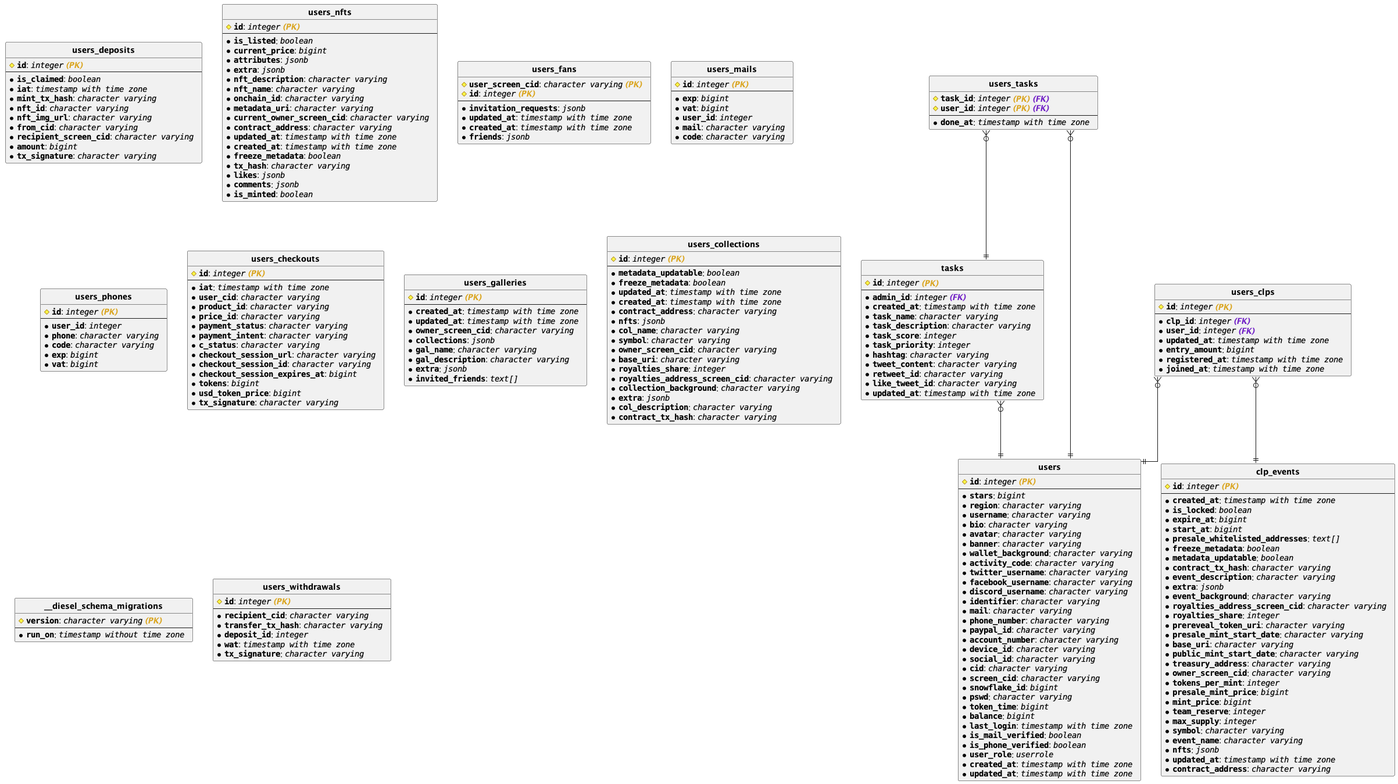
This is infra/panel.png from wildonion/gem, a PlantUML export, as it was before one commit.
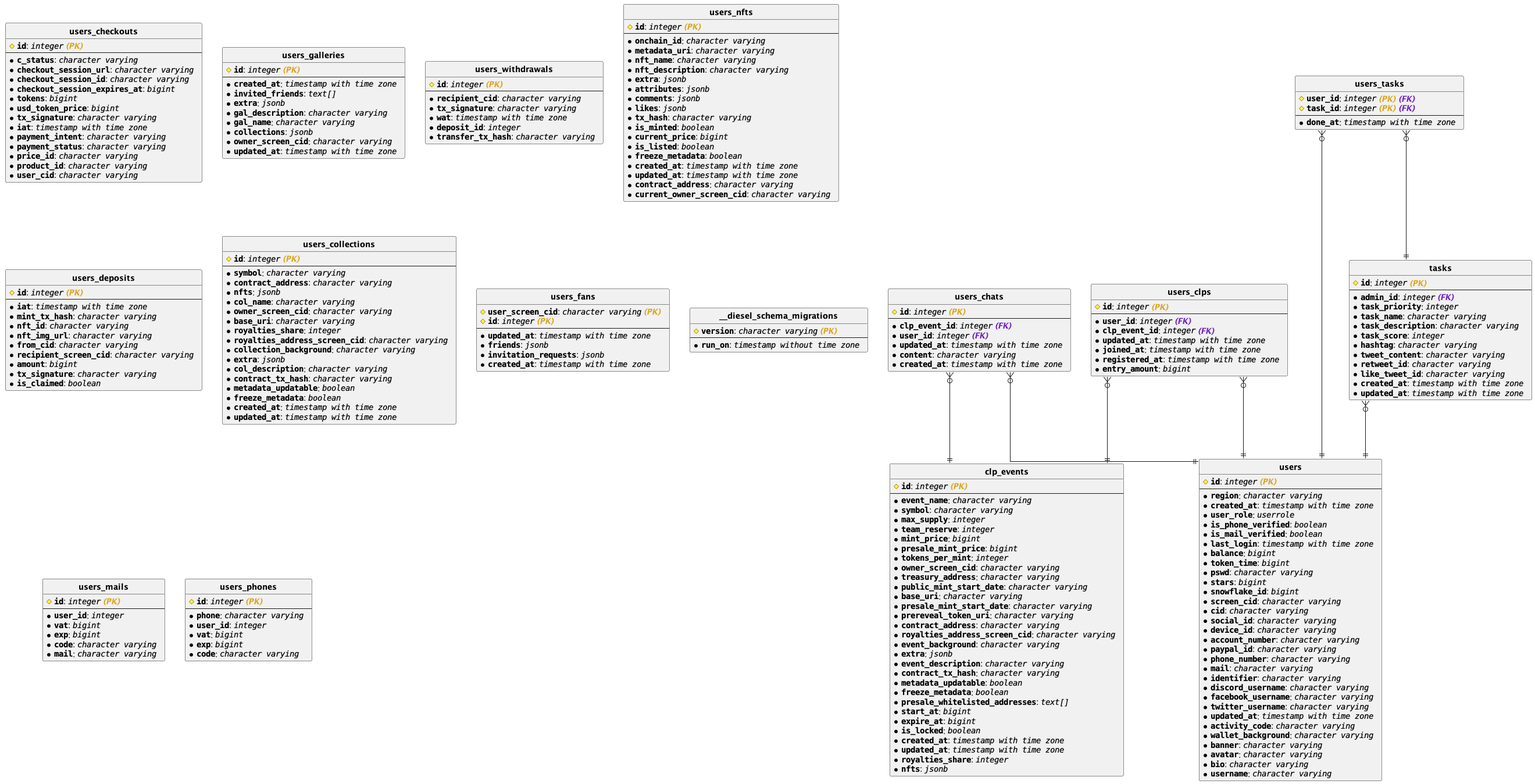
After the commit.

What changed in the source:
```diff
@@ -3,10 +3,158 @@
 hide circle
 skinparam linetype ortho
 
+entity "**users_checkouts**" {
+# <b>""id""</b>: //""integer"" <b><color:goldenrod>(PK) </color></b> //
+---
+* <b>""c_status""</b>: //""character varying""  //
+* <b>""checkout_session_url""</b>: //""character varying""  //
+* <b>""checkout_session_id""</b>: //""character varying""  //
+* <b>""checkout_session_expires_at""</b>: //""bigint""  //
+* <b>""tokens""</b>: //""bigint""  //
+* <b>""usd_token_price""</b>: //""bigint""  //
+* <b>""tx_signature""</b>: //""character varying""  //
+* <b>""iat""</b>: //""timestamp with time zone""  //
+* <b>""payment_intent""</b>: //""character varying""  //
+* <b>""payment_status""</b>: //""character varying""  //
+* <b>""price_id""</b>: //""character varying""  //
+* <b>""product_id""</b>: //""character varying""  //
+* <b>""user_cid""</b>: //""character varying""  //
+}
+
+entity "**users_galleries**" {
+# <b>""id""</b>: //""integer"" <b><color:goldenrod>(PK) </color></b> //
+---
+* <b>""created_at""</b>: //""timestamp with time zone""  //
+* <b>""invited_friends""</b>: //""text[]""  //
+* <b>""extra""</b>: //""jsonb""  //
+* <b>""gal_description""</b>: //""character varying""  //
+* <b>""gal_name""</b>: //""character varying""  //
+* <b>""collections""</b>: //""jsonb""  //
+* <b>""owner_screen_cid""</b>: //""character varying""  //
+* <b>""updated_at""</b>: //""timestamp with time zone""  //
+}
+
+entity "**users_chats**" {
+# <b>""id""</b>: //""integer"" <b><color:goldenrod>(PK) </color></b> //
+---
+* <b>""clp_event_id""</b>: //""integer"" <b><color:701fc6>(FK) </color></b> //
+* <b>""user_id""</b>: //""integer"" <b><color:701fc6>(FK) </color></b> //
+* <b>""updated_at""</b>: //""timestamp with time zone""  //
+* <b>""content""</b>: //""character varying""  //
+* <b>""created_at""</b>: //""timestamp with time zone""  //
+}
+
+entity "**clp_events**" {
+# <b>""id""</b>: //""integer"" <b><color:goldenrod>(PK) </color></b> //
+---
+* <b>""event_name""</b>: //""character varying""  //
+* <b>""symbol""</b>: //""character varying""  //
+* <b>""max_supply""</b>: //""integer""  //
+* <b>""team_reserve""</b>: //""integer""  //
+* <b>""mint_price""</b>: //""bigint""  //
+* <b>""presale_mint_price""</b>: //""bigint""  //
+* <b>""tokens_per_mint""</b>: //""integer""  //
+* <b>""owner_screen_cid""</b>: //""character varying""  //
+* <b>""treasury_address""</b>: //""character varying""  //
+* <b>""public_mint_start_date""</b>: //""character varying""  //
+* <b>""base_uri""</b>: //""character varying""  //
+* <b>""presale_mint_start_date""</b>: //""character varying""  //
+* <b>""prereveal_token_uri""</b>: //""character varying""  //
+* <b>""contract_address""</b>: //""character varying""  //
+* <b>""royalties_address_screen_cid""</b>: //""character varying""  //
+* <b>""event_background""</b>: //""character varying""  //
+* <b>""extra""</b>: //""jsonb""  //
+* <b>""event_description""</b>: //""character varying""  //
+* <b>""contract_tx_hash""</b>: //""character varying""  //
+* <b>""metadata_updatable""</b>: //""boolean""  //
+* <b>""freeze_metadata""</b>: //""boolean""  //
+* <b>""presale_whitelisted_addresses""</b>: //""text[]""  //
+* <b>""start_at""</b>: //""bigint""  //
+* <b>""expire_at""</b>: //""bigint""  //
+* <b>""is_locked""</b>: //""boolean""  //
+* <b>""created_at""</b>: //""timestamp with time zone""  //
+* <b>""updated_at""</b>: //""timestamp with time zone""  //
+* <b>""royalties_share""</b>: //""integer""  //
+* <b>""nfts""</b>: //""jsonb""  //
+}
+
+entity "**users**" {
+# <b>""id""</b>: //""integer"" <b><color:goldenrod>(PK) </color></b> //
+---
+* <b>""region""</b>: //""character varying""  //
+* <b>""created_at""</b>: //""timestamp with time zone""  //
+* <b>""user_role""</b>: //""userrole""  //
+* <b>""is_phone_verified""</b>: //""boolean""  //
+* <b>""is_mail_verified""</b>: //""boolean""  //
+* <b>""last_login""</b>: //""timestamp with time zone""  //
+* <b>""balance""</b>: //""bigint""  //
+* <b>""token_time""</b>: //""bigint""  //
+* <b>""pswd""</b>: //""character varying""  //
+* <b>""stars""</b>: //""bigint""  //
+* <b>""snowflake_id""</b>: //""bigint""  //
+* <b>""screen_cid""</b>: //""character varying""  //
+* <b>""cid""</b>: //""character varying""  //
+* <b>""social_id""</b>: //""character varying""  //
+* <b>""device_id""</b>: //""character varying""  //
+* <b>""account_number""</b>: //""character varying""  //
+* <b>""paypal_id""</b>: //""character varying""  //
+* <b>""phone_number""</b>: //""character varying""  //
+* <b>""mail""</b>: //""character varying""  //
+* <b>""identifier""</b>: //""character varying""  //
+* <b>""discord_username""</b>: //""character varying""  //
+* <b>""facebook_username""</b>: //""character varying""  //
+* <b>""twitter_username""</b>: //""character varying""  //
+* <b>""updated_at""</b>: //""timestamp with time zone""  //
+* <b>""activity_code""</b>: //""character varying""  //
+* <b>""wallet_background""</b>: //""character varying""  //
+* <b>""banner""</b>: //""character varying""  //
+* <b>""avatar""</b>: //""character varying""  //
+* <b>""bio""</b>: //""character varying""  //
+* <b>""username""</b>: //""character varying""  //
+}
+
+entity "**users_withdrawals**" {
+# <b>""id""</b>: //""integer"" <b><color:goldenrod>(PK) </color></b> //
+---
+* <b>""recipient_cid""</b>: //""character varying""  //
+* <b>""tx_signature""</b>: //""character varying""  //
+* <b>""wat""</b>: //""timestamp with time zone""  //
+* <b>""deposit_id""</b>: //""integer""  //
+* <b>""transfer_tx_hash""</b>: //""character varying""  //
+}
+
+entity "**users_tasks**" {
+# <b>""user_id""</b>: //""integer"" <b><color:goldenrod>(PK) </color></b><b><color:701fc6>(FK) </color></b> //
+# <b>""task_id""</b>: //""integer"" <b><color:goldenrod>(PK) </color></b><b><color:701fc6>(FK) </color></b> //
+---
+* <b>""done_at""</b>: //""timestamp with time zone""  //
+}
+
+entity "**users_nfts**" {
+# <b>""id""</b>: //""integer"" <b><color:goldenrod>(PK) </color></b> //
+---
+* <b>""onchain_id""</b>: //""character varying""  //
+* <b>""metadata_uri""</b>: //""character varying""  //
+* <b>""nft_name""</b>: //""character varying""  //
+* <b>""nft_description""</b>: //""character varying""  //
+* <b>""extra""</b>: //""jsonb""  //
+* <b>""attributes""</b>: //""jsonb""  //
+* <b>""comments""</b>: //""jsonb""  //
+* <b>""likes""</b>: //""jsonb""  //
+* <b>""tx_hash""</b>: //""character varying""  //
+* <b>""is_minted""</b>: //""boolean""  //
+* <b>""current_price""</b>: //""bigint""  //
+* <b>""is_listed""</b>: //""boolean""  //
+* <b>""freeze_metadata""</b>: //""boolean""  //
+* <b>""created_at""</b>: //""timestamp with time zone""  //
+* <b>""updated_at""</b>: //""timestamp with time zone""  //
+* <b>""contract_address""</b>: //""character varying""  //
+* <b>""current_owner_screen_cid""</b>: //""character varying""  //
+}
+
 entity "**users_deposits**" {
 # <b>""id""</b>: //""integer"" <b><color:goldenrod>(PK) </color></b> //
 ---
-* <b>""is_claimed""</b>: //""boolean""  //
 * <b>""iat""</b>: //""timestamp with time zone""  //
 * <b>""mint_tx_hash""</b>: //""character varying""  //
 * <b>""nft_id""</b>: //""character varying""  //
@@ -15,159 +163,16 @@
 * <b>""recipient_screen_cid""</b>: //""character varying""  //
 * <b>""amount""</b>: //""bigint""  //
 * <b>""tx_signature""</b>: //""character varying""  //
-}
-
-entity "**users_nfts**" {
-# <b>""id""</b>: //""integer"" <b><color:goldenrod>(PK) </color></b> //
----
-* <b>""is_listed""</b>: //""boolean""  //
-* <b>""current_price""</b>: //""bigint""  //
-* <b>""attributes""</b>: //""jsonb""  //
-* <b>""extra""</b>: //""jsonb""  //
-* <b>""nft_description""</b>: //""character varying""  //
-* <b>""nft_name""</b>: //""character varying""  //
-* <b>""onchain_id""</b>: //""character varying""  //
-* <b>""metadata_uri""</b>: //""character varying""  //
-* <b>""current_owner_screen_cid""</b>: //""character varying""  //
-* <b>""contract_address""</b>: //""character varying""  //
-* <b>""updated_at""</b>: //""timestamp with time zone""  //
-* <b>""created_at""</b>: //""timestamp with time zone""  //
-* <b>""freeze_metadata""</b>: //""boolean""  //
-* <b>""tx_hash""</b>: //""character varying""  //
-* <b>""likes""</b>: //""jsonb""  //
-* <b>""comments""</b>: //""jsonb""  //
-* <b>""is_minted""</b>: //""boolean""  //
-}
-
-entity "**users_fans**" {
-# <b>""user_screen_cid""</b>: //""character varying"" <b><color:goldenrod>(PK) </color></b> //
-# <b>""id""</b>: //""integer"" <b><color:goldenrod>(PK) </color></b> //
----
-* <b>""invitation_requests""</b>: //""jsonb""  //
-* <b>""updated_at""</b>: //""timestamp with time zone""  //
-* <b>""created_at""</b>: //""timestamp with time zone""  //
-* <b>""friends""</b>: //""jsonb""  //
-}
-
-entity "**users_mails**" {
-# <b>""id""</b>: //""integer"" <b><color:goldenrod>(PK) </color></b> //
----
-* <b>""exp""</b>: //""bigint""  //
-* <b>""vat""</b>: //""bigint""  //
-* <b>""user_id""</b>: //""integer""  //
-* <b>""mail""</b>: //""character varying""  //
-* <b>""code""</b>: //""character varying""  //
-}
-
-entity "**users_phones**" {
-# <b>""id""</b>: //""integer"" <b><color:goldenrod>(PK) </color></b> //
----
-* <b>""user_id""</b>: //""integer""  //
-* <b>""phone""</b>: //""character varying""  //
-* <b>""code""</b>: //""character varying""  //
-* <b>""exp""</b>: //""bigint""  //
-* <b>""vat""</b>: //""bigint""  //
-}
-
-entity "**users_checkouts**" {
-# <b>""id""</b>: //""integer"" <b><color:goldenrod>(PK) </color></b> //
----
-* <b>""iat""</b>: //""timestamp with time zone""  //
-* <b>""user_cid""</b>: //""character varying""  //
-* <b>""product_id""</b>: //""character varying""  //
-* <b>""price_id""</b>: //""character varying""  //
-* <b>""payment_status""</b>: //""character varying""  //
-* <b>""payment_intent""</b>: //""character varying""  //
-* <b>""c_status""</b>: //""character varying""  //
-* <b>""checkout_session_url""</b>: //""character varying""  //
-* <b>""checkout_session_id""</b>: //""character varying""  //
-* <b>""checkout_session_expires_at""</b>: //""bigint""  //
-* <b>""tokens""</b>: //""bigint""  //
-* <b>""usd_token_price""</b>: //""bigint""  //
-* <b>""tx_signature""</b>: //""character varying""  //
-}
-
-entity "**tasks**" {
-# <b>""id""</b>: //""integer"" <b><color:goldenrod>(PK) </color></b> //
----
-* <b>""admin_id""</b>: //""integer"" <b><color:701fc6>(FK) </color></b> //
-* <b>""created_at""</b>: //""timestamp with time zone""  //
-* <b>""task_name""</b>: //""character varying""  //
-* <b>""task_description""</b>: //""character varying""  //
-* <b>""task_score""</b>: //""integer""  //
-* <b>""task_priority""</b>: //""integer""  //
-* <b>""hashtag""</b>: //""character varying""  //
-* <b>""tweet_content""</b>: //""character varying""  //
-* <b>""retweet_id""</b>: //""character varying""  //
-* <b>""like_tweet_id""</b>: //""character varying""  //
-* <b>""updated_at""</b>: //""timestamp with time zone""  //
-}
-
-entity "**users_galleries**" {
-# <b>""id""</b>: //""integer"" <b><color:goldenrod>(PK) </color></b> //
----
-* <b>""created_at""</b>: //""timestamp with time zone""  //
-* <b>""updated_at""</b>: //""timestamp with time zone""  //
-* <b>""owner_screen_cid""</b>: //""character varying""  //
-* <b>""collections""</b>: //""jsonb""  //
-* <b>""gal_name""</b>: //""character varying""  //
-* <b>""gal_description""</b>: //""character varying""  //
-* <b>""extra""</b>: //""jsonb""  //
-* <b>""invited_friends""</b>: //""text[]""  //
-}
-
-entity "**clp_events**" {
-# <b>""id""</b>: //""integer"" <b><color:goldenrod>(PK) </color></b> //
----
-* <b>""created_at""</b>: //""timestamp with time zone""  //
-* <b>""is_locked""</b>: //""boolean""  //
-* <b>""expire_at""</b>: //""bigint""  //
-* <b>""start_at""</b>: //""bigint""  //
-* <b>""presale_whitelisted_addresses""</b>: //""text[]""  //
-* <b>""freeze_metadata""</b>: //""boolean""  //
-* <b>""metadata_updatable""</b>: //""boolean""  //
-* <b>""contract_tx_hash""</b>: //""character varying""  //
-* <b>""event_description""</b>: //""character varying""  //
-* <b>""extra""</b>: //""jsonb""  //
-* <b>""event_background""</b>: //""character varying""  //
-* <b>""royalties_address_screen_cid""</b>: //""character varying""  //
-* <b>""royalties_share""</b>: //""integer""  //
-* <b>""prereveal_token_uri""</b>: //""character varying""  //
-* <b>""presale_mint_start_date""</b>: //""character varying""  //
-* <b>""base_uri""</b>: //""character varying""  //
-* <b>""public_mint_start_date""</b>: //""character varying""  //
-* <b>""treasury_address""</b>: //""character varying""  //
-* <b>""owner_screen_cid""</b>: //""character varying""  //
-* <b>""tokens_per_mint""</b>: //""integer""  //
-* <b>""presale_mint_price""</b>: //""bigint""  //
-* <b>""mint_price""</b>: //""bigint""  //
-* <b>""team_reserve""</b>: //""integer""  //
-* <b>""max_supply""</b>: //""integer""  //
-* <b>""symbol""</b>: //""character varying""  //
-* <b>""event_name""</b>: //""character varying""  //
-* <b>""nfts""</b>: //""jsonb""  //
-* <b>""updated_at""</b>: //""timestamp with time zone""  //
-* <b>""contract_address""</b>: //""character varying""  //
-}
-
-entity "**users_tasks**" {
-# <b>""task_id""</b>: //""integer"" <b><color:goldenrod>(PK) </color></b><b><color:701fc6>(FK) </color></b> //
-# <b>""user_id""</b>: //""integer"" <b><color:goldenrod>(PK) </color></b><b><color:701fc6>(FK) </color></b> //
----
-* <b>""done_at""</b>: //""timestamp with time zone""  //
+* <b>""is_claimed""</b>: //""boolean""  //
 }
 
 entity "**users_collections**" {
 # <b>""id""</b>: //""integer"" <b><color:goldenrod>(PK) </color></b> //
 ---
-* <b>""metadata_updatable""</b>: //""boolean""  //
-* <b>""freeze_metadata""</b>: //""boolean""  //
-* <b>""updated_at""</b>: //""timestamp with time zone""  //
-* <b>""created_at""</b>: //""timestamp with time zone""  //
+* <b>""symbol""</b>: //""character varying""  //
 * <b>""contract_address""</b>: //""character varying""  //
 * <b>""nfts""</b>: //""jsonb""  //
 * <b>""col_name""</b>: //""character varying""  //
-* <b>""symbol""</b>: //""character varying""  //
 * <b>""owner_screen_cid""</b>: //""character varying""  //
 * <b>""base_uri""</b>: //""character varying""  //
 * <b>""royalties_share""</b>: //""integer""  //
@@ -176,17 +181,31 @@
 * <b>""extra""</b>: //""jsonb""  //
 * <b>""col_description""</b>: //""character varying""  //
 * <b>""contract_tx_hash""</b>: //""character varying""  //
+* <b>""metadata_updatable""</b>: //""boolean""  //
+* <b>""freeze_metadata""</b>: //""boolean""  //
+* <b>""created_at""</b>: //""timestamp with time zone""  //
+* <b>""updated_at""</b>: //""timestamp with time zone""  //
 }
 
 entity "**users_clps**" {
 # <b>""id""</b>: //""integer"" <b><color:goldenrod>(PK) </color></b> //
 ---
-* <b>""clp_id""</b>: //""integer"" <b><color:701fc6>(FK) </color></b> //
 * <b>""user_id""</b>: //""integer"" <b><color:701fc6>(FK) </color></b> //
+* <b>""clp_event_id""</b>: //""integer"" <b><color:701fc6>(FK) </color></b> //
 * <b>""updated_at""</b>: //""timestamp with time zone""  //
+* <b>""joined_at""</b>: //""timestamp with time zone""  //
+* <b>""registered_at""</b>: //""timestamp with time zone""  //
 * <b>""entry_amount""</b>: //""bigint""  //
-* <b>""registered_at""</b>: //""timestamp with time zone""  //
-* <b>""joined_at""</b>: //""timestamp with time zone""  //
+}
+
+entity "**users_fans**" {
+# <b>""user_screen_cid""</b>: //""character varying"" <b><color:goldenrod>(PK) </color></b> //
+# <b>""id""</b>: //""integer"" <b><color:goldenrod>(PK) </color></b> //
+---
+* <b>""updated_at""</b>: //""timestamp with time zone""  //
+* <b>""friends""</b>: //""jsonb""  //
+* <b>""invitation_requests""</b>: //""jsonb""  //
+* <b>""created_at""</b>: //""timestamp with time zone""  //
 }
 
 entity "**__diesel_schema_migrations**" {
@@ -195,61 +214,56 @@
 * <b>""run_on""</b>: //""timestamp without time zone""  //
 }
 
-entity "**users**" {
+entity "**users_mails**" {
 # <b>""id""</b>: //""integer"" <b><color:goldenrod>(PK) </color></b> //
 ---
-* <b>""stars""</b>: //""bigint""  //
-* <b>""region""</b>: //""character varying""  //
-* <b>""username""</b>: //""character varying""  //
-* <b>""bio""</b>: //""character varying""  //
-* <b>""avatar""</b>: //""character varying""  //
-* <b>""banner""</b>: //""character varying""  //
-* <b>""wallet_background""</b>: //""character varying""  //
-* <b>""activity_code""</b>: //""character varying""  //
-* <b>""twitter_username""</b>: //""character varying""  //
-* <b>""facebook_username""</b>: //""character varying""  //
-* <b>""discord_username""</b>: //""character varying""  //
-* <b>""identifier""</b>: //""character varying""  //
+* <b>""user_id""</b>: //""integer""  //
+* <b>""vat""</b>: //""bigint""  //
+* <b>""exp""</b>: //""bigint""  //
+* <b>""code""</b>: //""character varying""  //
 * <b>""mail""</b>: //""character varying""  //
-* <b>""phone_number""</b>: //""character varying""  //
-* <b>""paypal_id""</b>: //""character varying""  //
-* <b>""account_number""</b>: //""character varying""  //
-* <b>""device_id""</b>: //""character varying""  //
-* <b>""social_id""</b>: //""character varying""  //
-* <b>""cid""</b>: //""character varying""  //
-* <b>""screen_cid""</b>: //""character varying""  //
-* <b>""snowflake_id""</b>: //""bigint""  //
-* <b>""pswd""</b>: //""character varying""  //
-* <b>""token_time""</b>: //""bigint""  //
-* <b>""balance""</b>: //""bigint""  //
-* <b>""last_login""</b>: //""timestamp with time zone""  //
-* <b>""is_mail_verified""</b>: //""boolean""  //
-* <b>""is_phone_verified""</b>: //""boolean""  //
-* <b>""user_role""</b>: //""userrole""  //
+}
+
+entity "**users_phones**" {
+# <b>""id""</b>: //""integer"" <b><color:goldenrod>(PK) </color></b> //
+---
+* <b>""phone""</b>: //""character varying""  //
+* <b>""user_id""</b>: //""integer""  //
+* <b>""vat""</b>: //""bigint""  //
+* <b>""exp""</b>: //""bigint""  //
+* <b>""code""</b>: //""character varying""  //
+}
+
+entity "**tasks**" {
+# <b>""id""</b>: //""integer"" <b><color:goldenrod>(PK) </color></b> //
+---
+* <b>""admin_id""</b>: //""integer"" <b><color:701fc6>(FK) </color></b> //
+* <b>""task_priority""</b>: //""integer""  //
+* <b>""task_name""</b>: //""character varying""  //
+* <b>""task_description""</b>: //""character varying""  //
+* <b>""task_score""</b>: //""integer""  //
+* <b>""hashtag""</b>: //""character varying""  //
+* <b>""tweet_content""</b>: //""character varying""  //
+* <b>""retweet_id""</b>: //""character varying""  //
+* <b>""like_tweet_id""</b>: //""character varying""  //
 * <b>""created_at""</b>: //""timestamp with time zone""  //
 * <b>""updated_at""</b>: //""timestamp with time zone""  //
 }
 
-entity "**users_withdrawals**" {
-# <b>""id""</b>: //""integer"" <b><color:goldenrod>(PK) </color></b> //
----
-* <b>""recipient_cid""</b>: //""character varying""  //
-* <b>""transfer_tx_hash""</b>: //""character varying""  //
-* <b>""deposit_id""</b>: //""integer""  //
-* <b>""wat""</b>: //""timestamp with time zone""  //
-* <b>""tx_signature""</b>: //""character varying""  //
-}
 
+"**users_chats**" }o--|| "**users**"
 
-"**tasks**" }o--|| "**users**"
+"**users_chats**" }o--|| "**clp_events**"
+
+"**users_tasks**" }o--|| "**tasks**"
 
 "**users_tasks**" }o--|| "**users**"
-
-"**users_tasks**" }o--|| "**tasks**"
 
 "**users_clps**" }o--|| "**clp_events**"
 
 "**users_clps**" }o--|| "**users**"
 
+"**tasks**" }o--|| "**users**"
+
 
 @enduml
```
